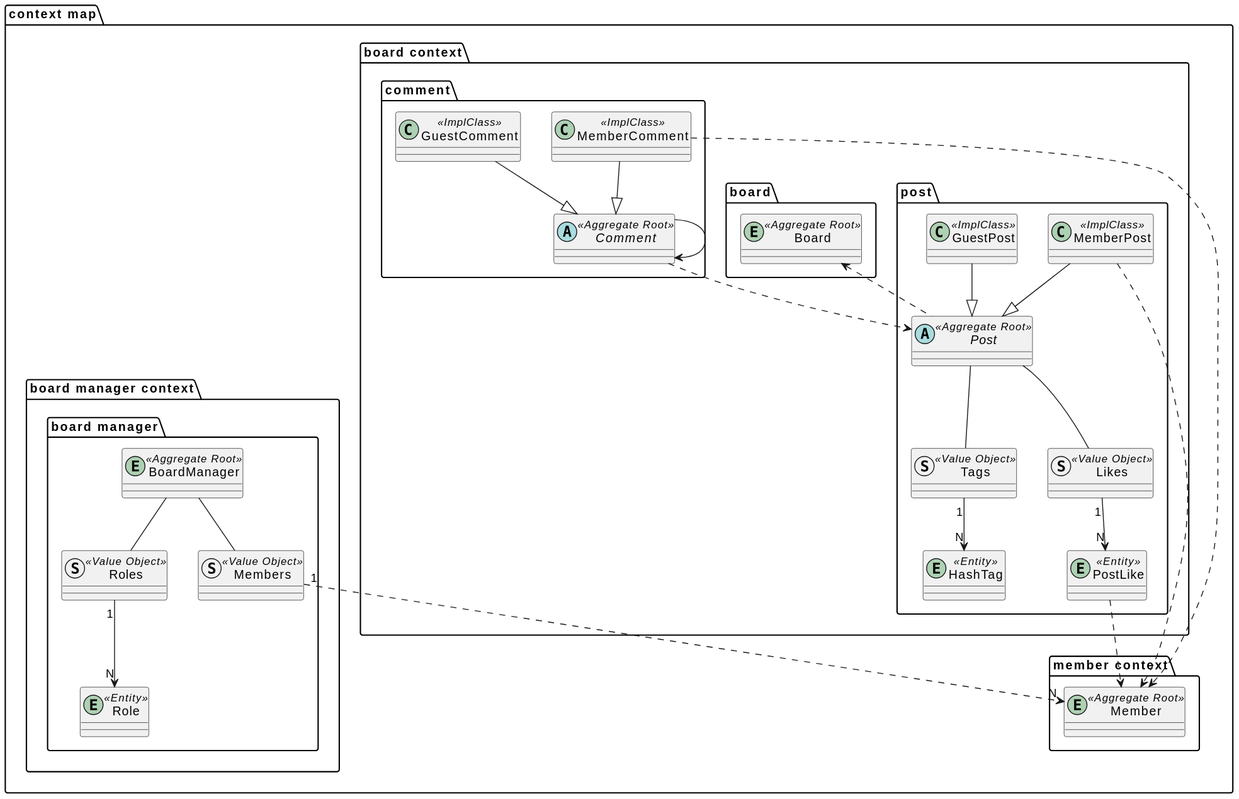
Above: document/puml/boundedContextMap.svg in SimpleBoardTeam/simpleBoard-server (PlantUML), before the change. The source it was exported from:
```plantuml
@startuml
package "context map" {
    package "board context"{
        package "board"{
            entity Board <<Aggregate Root>>{
            }
        }

        package "post"{
            abstract Post <<Aggregate Root>>{
            }
            class GuestPost <<ImplClass>>{
            }
            class MemberPost <<ImplClass>>{
            }
            entity HashTag <<Entity>>{
            }
            struct Tags <<Value Object>>{
            }
            Post -- Tags
            Tags "1" --> "N" HashTag
            entity PostLike <<Entity>>{
            }
            struct Likes <<Value Object>>{
            }
            Post -- Likes
            Likes "1" --> "N" PostLike
        }

        package "comment"{
            abstract Comment <<Aggregate Root>>{
            }
            class GuestComment <<ImplClass>>{
            }
            class MemberComment <<ImplClass>>{
            }
        }

        GuestPost --|> Post
        MemberPost --|> Post
        GuestComment --|> Comment
        MemberComment --|> Comment

    }

    package "member context"{
        entity Member <<Aggregate Root>>{
        }
    }

    package "board manager context"{
        package "board manager"{
            entity BoardManager <<Aggregate Root>>{
            }
            entity Role <<Entity>>{
            }
            struct Roles <<Value Object>>{
            }
            struct Members <<Value Object>>{
            }
        }

        BoardManager -- Roles
        BoardManager -- Members
        Members "1" ..> "N" Member
        Roles "1" --> "N" Role
    }

    Board <.. Post
    MemberPost ..> Member
    PostLike ..> Member
    MemberComment ..> Member
    Comment ..> Post
    Comment --> Comment

}
@enduml
```
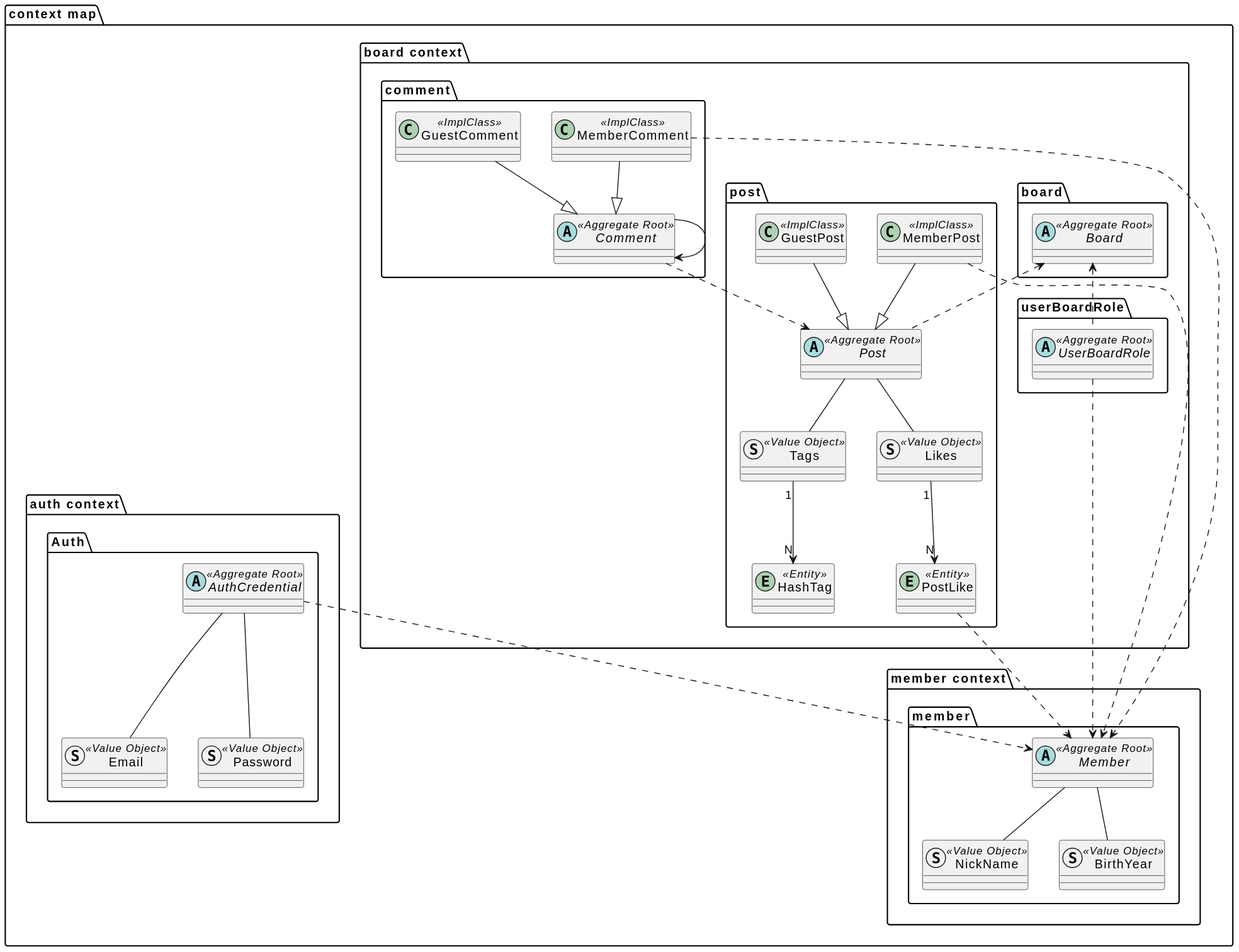
Later version of the same file.

Diff of the diagram source:
```diff
@@ -2,7 +2,7 @@
 package "context map" {
     package "board context"{
         package "board"{
-            entity Board <<Aggregate Root>>{
+            abstract Board <<Aggregate Root>>{
             }
         }
 
@@ -36,6 +36,11 @@
             }
         }
 
+        package "userBoardRole"{
+            abstract UserBoardRole <<Aggregate Root>>{
+            }
+        }
+
         GuestPost --|> Post
         MemberPost --|> Post
         GuestComment --|> Comment
@@ -44,29 +49,37 @@
     }
 
     package "member context"{
-        entity Member <<Aggregate Root>>{
+        package "member"{
+          abstract Member <<Aggregate Root>>{
+          }
+          struct NickName <<Value Object>>{
+          }
+          struct BirthYear <<Value Object>>{
+          }
+          Member -- NickName
+          Member -- BirthYear
         }
     }
 
-    package "board manager context"{
-        package "board manager"{
-            entity BoardManager <<Aggregate Root>>{
+    package "auth context"{
+        package "Auth" {
+            abstract AuthCredential <<Aggregate Root>>{
             }
-            entity Role <<Entity>>{
+            struct Email <<Value Object>>{
             }
-            struct Roles <<Value Object>>{
+            struct Password <<Value Object>>{
             }
-            struct Members <<Value Object>>{
-            }
+            AuthCredential -- Email
+            AuthCredential -- Password
         }
-
-        BoardManager -- Roles
-        BoardManager -- Members
-        Members "1" ..> "N" Member
-        Roles "1" --> "N" Role
     }
 
+
+    Board <.. UserBoardRole
     Board <.. Post
+
+    AuthCredential ..> Member
+    UserBoardRole ..> Member
     MemberPost ..> Member
     PostLike ..> Member
     MemberComment ..> Member
```
